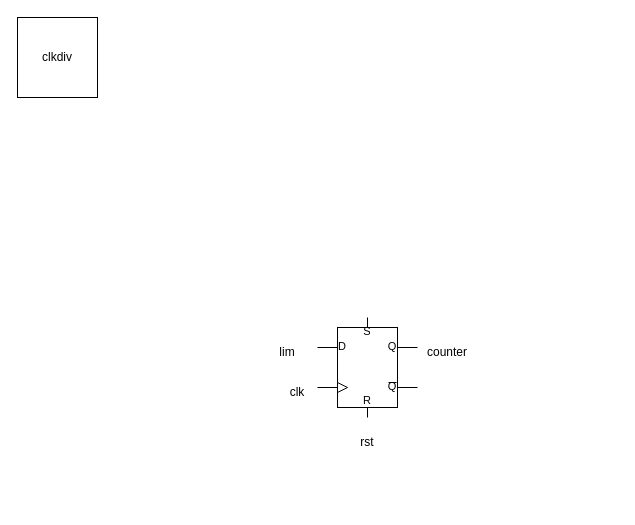
Above: clkdiv.drawio in LeoChen21/chenLeo (draw.io), before the change. Source tidied: cells renumbered, new cells numbered last; positions are measured from the earlier drawing's top-left corner, leaving out a move shared by most shapes. Both pictures are drawn from the tidied source at 100%, with x=0, y=0 at pixel (17, 17).
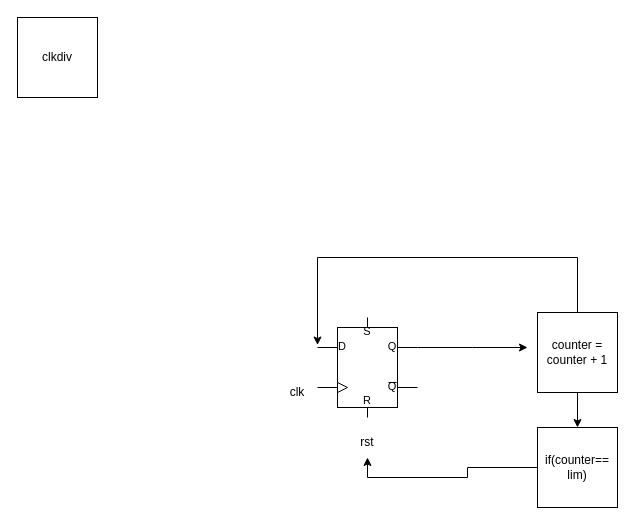
Above is the later version.

Change to the diagram source:
```diff
@@
 <mxGraphModel>
   <root>
     <mxCell id="0" />
     <mxCell id="1" parent="0" />
     <mxCell id="2" value="&lt;div&gt;clkdiv&lt;/div&gt;" style="whiteSpace=wrap;html=1;" parent="1" vertex="1">
       <mxGeometry width="80" height="80" as="geometry" />
     </mxCell>
+    <mxCell id="8" style="edgeStyle=orthogonalEdgeStyle;rounded=0;jettySize=auto;html=1;exitX=1;exitY=0.3;exitDx=0;exitDy=0;exitPerimeter=0;" parent="1" edge="1" source="3">
+      <mxGeometry relative="1" as="geometry">
+        <mxPoint x="510" y="330" as="targetPoint" />
+      </mxGeometry>
+    </mxCell>
     <mxCell id="3" style="verticalLabelPosition=bottom;shadow=0;dashed=0;align=center;html=1;verticalAlign=top;shape=mxgraph.electrical.logic_gates.d_type_rs_flip-flop;" parent="1" vertex="1">
       <mxGeometry x="300" y="300" width="100" height="100" as="geometry" />
     </mxCell>
     <mxCell id="4" value="rst" style="text;html=1;strokeColor=none;fillColor=none;align=center;verticalAlign=middle;whiteSpace=wrap;rounded=0;" parent="1" vertex="1">
       <mxGeometry x="320" y="410" width="60" height="30" as="geometry" />
     </mxCell>
     <mxCell id="5" value="&lt;div&gt;clk&lt;/div&gt;" style="text;html=1;strokeColor=none;fillColor=none;align=center;verticalAlign=middle;whiteSpace=wrap;rounded=0;" parent="1" vertex="1">
       <mxGeometry x="250" y="360" width="60" height="30" as="geometry" />
     </mxCell>
-    <mxCell id="6" value="&lt;div&gt;lim&lt;/div&gt;" style="text;html=1;strokeColor=none;fillColor=none;align=center;verticalAlign=middle;whiteSpace=wrap;rounded=0;" parent="1" vertex="1">
-      <mxGeometry x="240" y="320" width="60" height="30" as="geometry" />
-    </mxCell>
-    <mxCell id="7" value="counter" style="text;html=1;strokeColor=none;fillColor=none;align=center;verticalAlign=middle;whiteSpace=wrap;rounded=0;" parent="1" vertex="1">
-      <mxGeometry x="400" y="320" width="60" height="30" as="geometry" />
-    </mxCell>
+    <mxCell id="9" style="edgeStyle=orthogonalEdgeStyle;rounded=0;jettySize=auto;html=1;entryX=1;entryY=0.25;entryDx=0;entryDy=0;" parent="1" edge="1" source="11">
+      <mxGeometry relative="1" as="geometry">
+        <mxPoint x="300" y="327.5" as="targetPoint" />
+        <Array as="points">
+          <mxPoint x="560" y="240" />
+          <mxPoint x="300" y="240" />
+        </Array>
+      </mxGeometry>
+    </mxCell>
+    <mxCell id="10" style="edgeStyle=orthogonalEdgeStyle;rounded=0;jettySize=auto;html=1;" parent="1" edge="1" source="11" target="13">
+      <mxGeometry relative="1" as="geometry" />
+    </mxCell>
+    <mxCell id="11" value="counter = counter + 1" style="whiteSpace=wrap;html=1;" parent="1" vertex="1">
+      <mxGeometry x="520" y="295" width="80" height="80" as="geometry" />
+    </mxCell>
+    <mxCell id="12" style="edgeStyle=orthogonalEdgeStyle;rounded=0;jettySize=auto;html=1;entryX=0.5;entryY=1;entryDx=0;entryDy=0;" parent="1" edge="1" source="13" target="4">
+      <mxGeometry relative="1" as="geometry" />
+    </mxCell>
+    <mxCell id="13" value="if(counter== lim)" style="whiteSpace=wrap;html=1;" parent="1" vertex="1">
+      <mxGeometry x="520" y="410" width="80" height="80" as="geometry" />
+    </mxCell>
   </root>
 </mxGraphModel>
```
